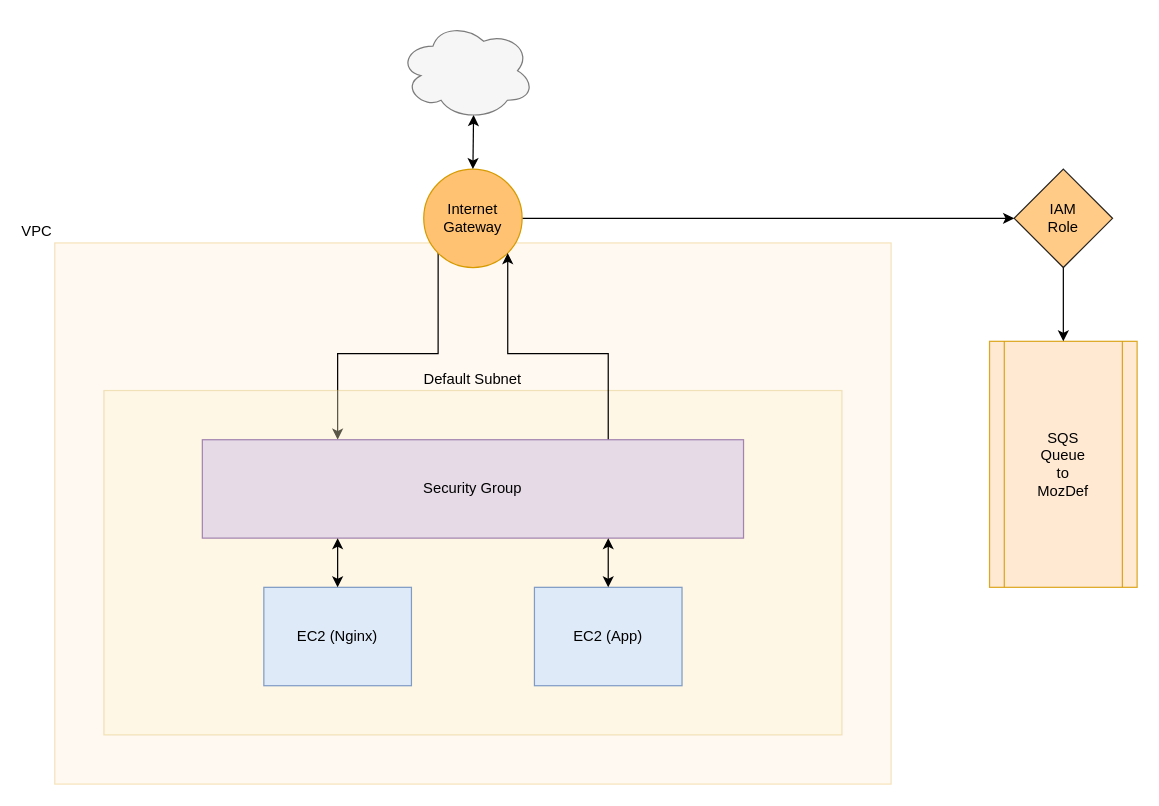
The draw.io diagram docs/diagrams/aws_arch.drawio in mozilla/session-invalidation, before the edit. Source tidied: cells renumbered, new cells numbered last; positions are measured from the earlier drawing's top-left corner, leaving out a move shared by most shapes. Both pictures are drawn from the tidied source at 123%, with x=0, y=0 at pixel (54, 21).
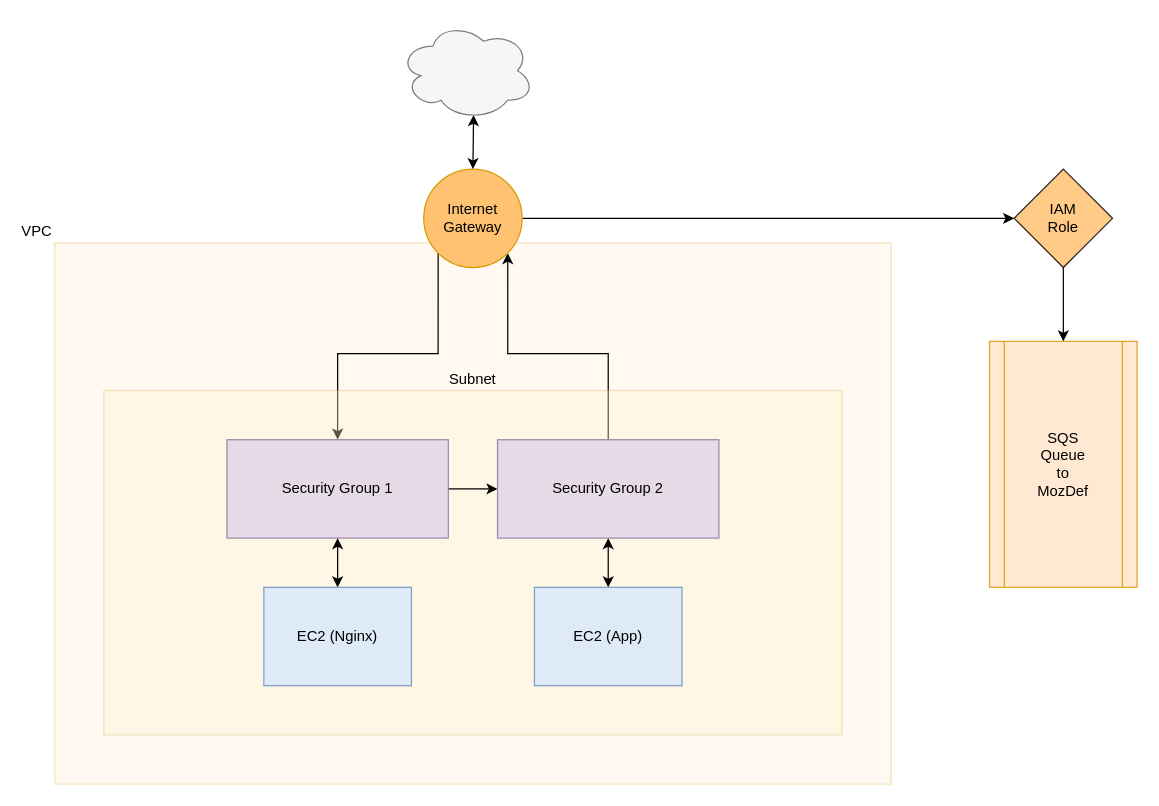
Above is the later version.

Commit message (it also covers changes not shown here):
Restricting communication between EC2 instances throug security groups requires rules between security groups

Diff of the diagram source:
```diff
@@
 <mxGraphModel>
   <root>
     <mxCell id="0" />
     <mxCell id="1" parent="0" />
     <mxCell id="2" value="&lt;div align=&quot;left&quot;&gt;VPC&lt;/div&gt;" style="rounded=0;whiteSpace=wrap;html=1;opacity=25;align=right;labelPosition=left;verticalLabelPosition=top;verticalAlign=bottom;fillColor=#ffe6cc;strokeColor=#d79b00;" parent="1" vertex="1">
       <mxGeometry y="180" width="680" height="440" as="geometry" />
     </mxCell>
     <mxCell id="3" style="edgeStyle=orthogonalEdgeStyle;rounded=0;jettySize=auto;html=1;exitX=1;exitY=0.5;exitDx=0;exitDy=0;" parent="1" edge="1" source="5" target="13">
       <mxGeometry relative="1" as="geometry" />
     </mxCell>
-    <mxCell id="4" style="edgeStyle=orthogonalEdgeStyle;rounded=0;jettySize=auto;html=1;exitX=0;exitY=1;exitDx=0;exitDy=0;entryX=0.25;entryY=0;entryDx=0;entryDy=0;" parent="1" edge="1" source="5" target="8">
+    <mxCell id="4" style="edgeStyle=orthogonalEdgeStyle;rounded=0;jettySize=auto;html=1;exitX=0;exitY=1;exitDx=0;exitDy=0;entryX=0.5;entryY=0;entryDx=0;entryDy=0;" parent="1" edge="1" source="5" target="8">
       <mxGeometry relative="1" as="geometry" />
     </mxCell>
+    <mxCell id="18" style="edgeStyle=orthogonalEdgeStyle;rounded=0;jettySize=auto;html=1;exitX=1;exitY=1;exitDx=0;exitDy=0;entryX=0.5;entryY=0;entryDx=0;entryDy=0;startArrow=classic;startFill=1;endArrow=none;endFill=0;" parent="1" edge="1" source="5" target="21">
+      <mxGeometry relative="1" as="geometry" />
+    </mxCell>
     <mxCell id="5" value="Internet&lt;br&gt;Gateway" style="ellipse;whiteSpace=wrap;html=1;fillColor=#FFC273;strokeColor=#d79b00;" parent="1" vertex="1">
       <mxGeometry x="300" y="120" width="80" height="80" as="geometry" />
     </mxCell>
-    <mxCell id="6" value="&lt;div&gt;Default Subnet&lt;/div&gt;" style="rounded=0;whiteSpace=wrap;html=1;fillColor=#fff2cc;strokeColor=#d6b656;opacity=35;labelPosition=center;verticalLabelPosition=top;align=center;verticalAlign=bottom;" parent="1" vertex="1">
+    <mxCell id="6" value="&lt;div&gt;Subnet&lt;/div&gt;" style="rounded=0;whiteSpace=wrap;html=1;fillColor=#fff2cc;strokeColor=#d6b656;opacity=35;labelPosition=center;verticalLabelPosition=top;align=center;verticalAlign=bottom;" parent="1" vertex="1">
       <mxGeometry x="40" y="300" width="600" height="280" as="geometry" />
     </mxCell>
-    <mxCell id="7" style="edgeStyle=orthogonalEdgeStyle;rounded=0;jettySize=auto;html=1;exitX=0.75;exitY=0;exitDx=0;exitDy=0;entryX=1;entryY=1;entryDx=0;entryDy=0;" parent="1" edge="1" source="8" target="5">
-      <mxGeometry relative="1" as="geometry" />
-    </mxCell>
+    <mxCell id="19" style="edgeStyle=orthogonalEdgeStyle;rounded=0;jettySize=auto;html=1;exitX=1;exitY=0.5;exitDx=0;exitDy=0;entryX=0;entryY=0.5;entryDx=0;entryDy=0;startArrow=none;startFill=0;endArrow=classic;endFill=1;" parent="1" edge="1" source="8" target="21">
+      <mxGeometry relative="1" as="geometry" />
+    </mxCell>
-    <mxCell id="8" value="Security Group" style="rounded=0;whiteSpace=wrap;html=1;fillColor=#e1d5e7;opacity=85;strokeColor=#9673a6;" parent="1" vertex="1">
-      <mxGeometry x="120" y="340" width="440" height="80" as="geometry" />
+    <mxCell id="8" value="Security Group 1" style="rounded=0;whiteSpace=wrap;html=1;fillColor=#e1d5e7;opacity=85;strokeColor=#9673a6;" parent="1" vertex="1">
+      <mxGeometry x="140" y="340" width="180" height="80" as="geometry" />
     </mxCell>
     <mxCell id="9" value="EC2 (Nginx)" style="rounded=0;whiteSpace=wrap;html=1;fillColor=#dae8fc;opacity=85;strokeColor=#6c8ebf;" parent="1" vertex="1">
       <mxGeometry x="170" y="460" width="120" height="80" as="geometry" />
     </mxCell>
     <mxCell id="10" value="EC2 (App)" style="rounded=0;whiteSpace=wrap;html=1;fillColor=#dae8fc;opacity=85;strokeColor=#6c8ebf;" parent="1" vertex="1">
       <mxGeometry x="390" y="460" width="120" height="80" as="geometry" />
     </mxCell>
     <mxCell id="11" value="SQS&lt;br&gt;Queue&lt;br&gt;to&lt;br&gt;MozDef" style="shape=process;whiteSpace=wrap;html=1;backgroundOutline=1;fillColor=#ffe6cc;opacity=85;strokeColor=#d79b00;" parent="1" vertex="1">
       <mxGeometry x="760" y="260" width="120" height="200" as="geometry" />
     </mxCell>
     <mxCell id="12" style="edgeStyle=orthogonalEdgeStyle;rounded=0;jettySize=auto;html=1;exitX=0.5;exitY=1;exitDx=0;exitDy=0;entryX=0.5;entryY=0;entryDx=0;entryDy=0;" parent="1" edge="1" source="13" target="11">
       <mxGeometry relative="1" as="geometry" />
     </mxCell>
     <mxCell id="13" value="&lt;div&gt;IAM&lt;/div&gt;&lt;div&gt;Role&lt;br&gt;&lt;/div&gt;" style="rhombus;whiteSpace=wrap;html=1;fillColor=#FFC273;opacity=85;" parent="1" vertex="1">
       <mxGeometry x="780" y="120" width="80" height="80" as="geometry" />
     </mxCell>
-    <mxCell id="14" style="endArrow=classic;startArrow=classic;html=1;exitX=0.5;exitY=0;exitDx=0;exitDy=0;entryX=0.25;entryY=1;entryDx=0;entryDy=0;" parent="1" edge="1" source="9" target="8">
+    <mxCell id="14" style="endArrow=classic;startArrow=classic;html=1;exitX=0.5;exitY=0;exitDx=0;exitDy=0;entryX=0.5;entryY=1;entryDx=0;entryDy=0;" parent="1" edge="1" source="9" target="8">
       <mxGeometry relative="1" as="geometry" />
     </mxCell>
-    <mxCell id="15" style="endArrow=classic;startArrow=classic;html=1;exitX=0.5;exitY=0;exitDx=0;exitDy=0;entryX=0.75;entryY=1;entryDx=0;entryDy=0;" parent="1" edge="1" source="10" target="8">
-      <mxGeometry relative="1" as="geometry" />
-    </mxCell>
     <mxCell id="16" style="endArrow=classic;html=1;entryX=0.5;entryY=0;entryDx=0;entryDy=0;startArrow=classic;startFill=1;exitX=0.55;exitY=0.95;exitDx=0;exitDy=0;exitPerimeter=0;" parent="1" edge="1" source="17" target="5">
       <mxGeometry relative="1" as="geometry" />
     </mxCell>
     <mxCell id="17" style="ellipse;shape=cloud;whiteSpace=wrap;html=1;fillColor=#f5f5f5;opacity=85;strokeColor=#666666;fontColor=#333333;" parent="1" vertex="1">
       <mxGeometry x="280" width="110" height="80" as="geometry" />
     </mxCell>
+    <mxCell id="20" style="edgeStyle=orthogonalEdgeStyle;rounded=0;jettySize=auto;html=1;exitX=0.5;exitY=1;exitDx=0;exitDy=0;startArrow=classic;startFill=1;" parent="1" edge="1" source="21" target="10">
+      <mxGeometry relative="1" as="geometry" />
+    </mxCell>
+    <mxCell id="21" value="Security Group 2" style="rounded=0;whiteSpace=wrap;html=1;fillColor=#e1d5e7;opacity=85;strokeColor=#9673a6;" parent="1" vertex="1">
+      <mxGeometry x="360" y="340" width="180" height="80" as="geometry" />
+    </mxCell>
   </root>
 </mxGraphModel>
```
